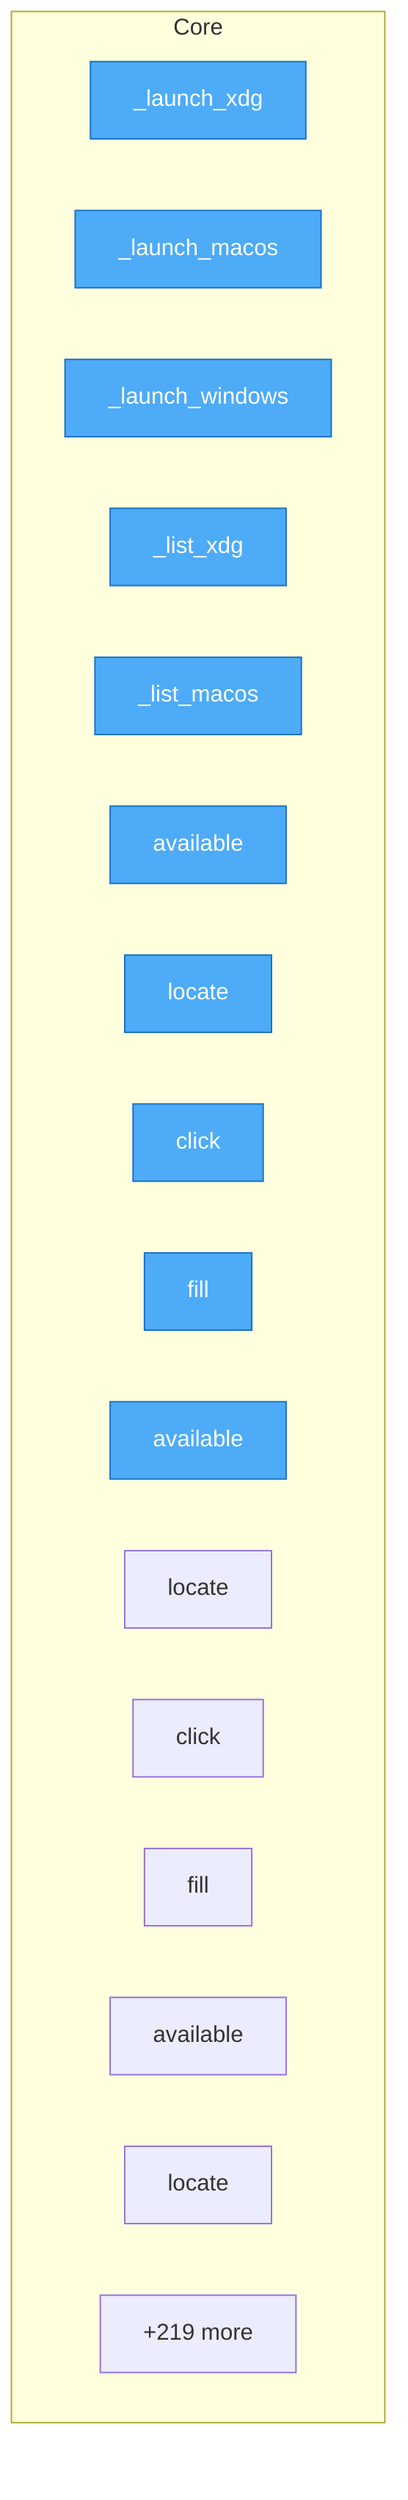
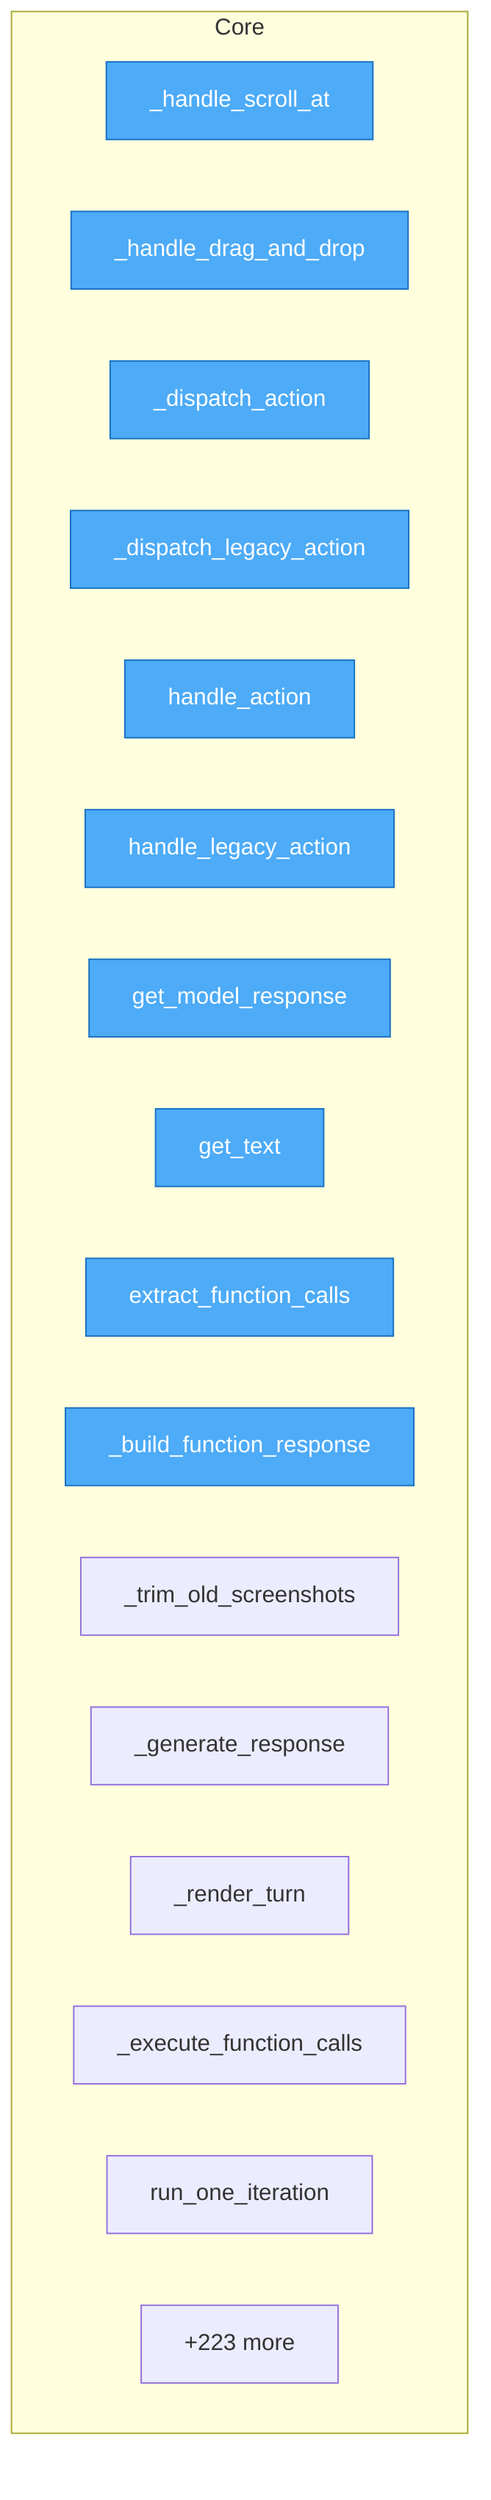
flowchart TD
%% generated in 0.01s

    %% Entry points (blue)
    classDef entry fill:#4dabf7,stroke:#1971c2,color:#fff

    subgraph Core
-         urirun_connector_kvm__launch_backends___launch_xdg["_launch_xdg"]
-         urirun_connector_kvm__launch_backends___launch_macos["_launch_macos"]
-         urirun_connector_kvm__launch_backends___launch_windows["_launch_windows"]
-         urirun_connector_kvm__launch_backends___list_xdg["_list_xdg"]
-         urirun_connector_kvm__launch_backends___list_macos["_list_macos"]
-         urirun_connector_kvm__strategies__CdpStrategy__available["available"]
-         urirun_connector_kvm__strategies__CdpStrategy__locate["locate"]
-         urirun_connector_kvm__strategies__CdpStrategy__click["click"]
-         urirun_connector_kvm__strategies__CdpStrategy__fill["fill"]
-         urirun_connector_kvm__strategies__AtspiStrategy__available["available"]
-         urirun_connector_kvm__strategies__AtspiStrategy__locate["locate"]
-         urirun_connector_kvm__strategies__AtspiStrategy__click["click"]
-         urirun_connector_kvm__strategies__AtspiStrategy__fill["fill"]
-         urirun_connector_kvm__strategies__VisionStrategy__available["available"]
-         urirun_connector_kvm__strategies__VisionStrategy__locate["locate"]
-         ...["+219 more"]
+         computer_use_preview__agent__BrowserAgent___handle_scroll_at["_handle_scroll_at"]
+         computer_use_preview__agent__BrowserAgent___handle_drag_and_drop["_handle_drag_and_drop"]
+         computer_use_preview__agent__BrowserAgent___dispatch_action["_dispatch_action"]
+         computer_use_preview__agent__BrowserAgent___dispatch_legacy_action["_dispatch_legacy_action"]
+         computer_use_preview__agent__BrowserAgent__handle_action["handle_action"]
+         computer_use_preview__agent__BrowserAgent__handle_legacy_action["handle_legacy_action"]
+         computer_use_preview__agent__BrowserAgent__get_model_response["get_model_response"]
+         computer_use_preview__agent__BrowserAgent__get_text["get_text"]
+         computer_use_preview__agent__BrowserAgent__extract_function_calls["extract_function_calls"]
+         computer_use_preview__agent__BrowserAgent___build_function_response["_build_function_response"]
+         computer_use_preview__agent__BrowserAgent___trim_old_screenshots["_trim_old_screenshots"]
+         computer_use_preview__agent__BrowserAgent___generate_response["_generate_response"]
+         computer_use_preview__agent__BrowserAgent___render_turn["_render_turn"]
+         computer_use_preview__agent__BrowserAgent___execute_function_calls["_execute_function_calls"]
+         computer_use_preview__agent__BrowserAgent__run_one_iteration["run_one_iteration"]
+         ...["+223 more"]
    end

-     class urirun_connector_kvm__launch_backends___launch_xdg,urirun_connector_kvm__launch_backends___launch_macos,urirun_connector_kvm__launch_backends___launch_windows,urirun_connector_kvm__launch_backends___list_xdg,urirun_connector_kvm__launch_backends___list_macos,urirun_connector_kvm__strategies__CdpStrategy__available,urirun_connector_kvm__strategies__CdpStrategy__locate,urirun_connector_kvm__strategies__CdpStrategy__click,urirun_connector_kvm__strategies__CdpStrategy__fill,urirun_connector_kvm__strategies__AtspiStrategy__available entry
+     class computer_use_preview__agent__BrowserAgent___handle_scroll_at,computer_use_preview__agent__BrowserAgent___handle_drag_and_drop,computer_use_preview__agent__BrowserAgent___dispatch_action,computer_use_preview__agent__BrowserAgent___dispatch_legacy_action,computer_use_preview__agent__BrowserAgent__handle_action,computer_use_preview__agent__BrowserAgent__handle_legacy_action,computer_use_preview__agent__BrowserAgent__get_model_response,computer_use_preview__agent__BrowserAgent__get_text,computer_use_preview__agent__BrowserAgent__extract_function_calls,computer_use_preview__agent__BrowserAgent___build_function_response entry
